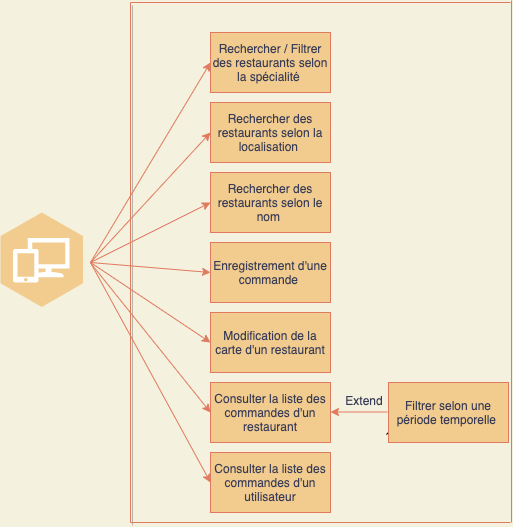
The draw.io diagram diagrammes/diagramme_utilisation_API.png in TheAIWizard/Ensaeats, before a commit. Source tidied: cells renumbered, new cells last; positions are measured from the earlier drawing's top-left corner, leaving out a move shared by most shapes.
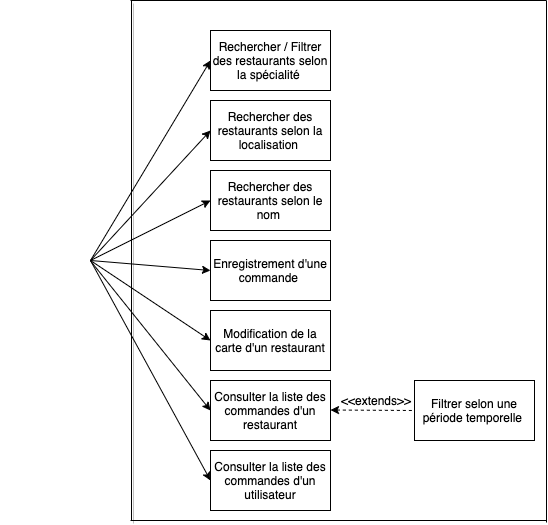
After the commit.

Change to the diagram source:
```diff
@@ -1,113 +1,107 @@
-<mxGraphModel background="#F4F1DE">
+<mxGraphModel background="#ffffff">
   <root>
     <mxCell id="0" />
     <mxCell id="1" parent="0" />
-    <mxCell id="2" style="endArrow=none;html=1;shadow=1;labelBackgroundColor=#F4F1DE;strokeColor=#E07A5F;fontColor=#393C56;" parent="1" edge="1">
+    <mxCell id="2" style="endArrow=none;html=1;shadow=1;strokeColor=#000000;" parent="1" edge="1">
       <mxGeometry relative="1" as="geometry">
-        <mxPoint x="130" y="522" as="sourcePoint" />
-        <mxPoint x="130" y="2" as="targetPoint" />
+        <mxPoint x="131" y="522" as="sourcePoint" />
+        <mxPoint x="131" y="2" as="targetPoint" />
       </mxGeometry>
     </mxCell>
-    <mxCell id="3" style="endArrow=classic;html=1;entryX=0;entryY=0.5;entryDx=0;entryDy=0;labelBackgroundColor=#F4F1DE;strokeColor=#E07A5F;fontColor=#393C56;" parent="1" edge="1" target="4">
+    <mxCell id="3" style="endArrow=classic;html=1;entryX=0;entryY=0.5;entryDx=0;entryDy=0;strokeColor=#000000;" parent="1" edge="1" target="4">
       <mxGeometry relative="1" as="geometry">
         <mxPoint x="90" y="262" as="sourcePoint" />
       </mxGeometry>
     </mxCell>
-    <mxCell id="4" value="Enregistrement d'une commande&amp;nbsp;" style="rounded=0;whiteSpace=wrap;html=1;fillColor=#F2CC8F;strokeColor=#E07A5F;fontColor=#393C56;" parent="1" vertex="1">
+    <mxCell id="4" value="Enregistrement d'une commande&amp;nbsp;" style="rounded=0;whiteSpace=wrap;html=1;" parent="1" vertex="1">
       <mxGeometry x="210" y="242" width="120" height="60" as="geometry" />
     </mxCell>
-    <mxCell id="5" value="Modification de la carte d'un restaurant&lt;br&gt;" style="rounded=0;whiteSpace=wrap;html=1;fillColor=#F2CC8F;strokeColor=#E07A5F;fontColor=#393C56;" parent="1" vertex="1">
+    <mxCell id="5" value="Modification de la carte d'un restaurant&lt;br&gt;" style="rounded=0;whiteSpace=wrap;html=1;" parent="1" vertex="1">
       <mxGeometry x="210" y="312" width="120" height="60" as="geometry" />
     </mxCell>
-    <mxCell id="6" style="endArrow=classic;html=1;entryX=0;entryY=0.5;entryDx=0;entryDy=0;labelBackgroundColor=#F4F1DE;strokeColor=#E07A5F;fontColor=#393C56;" parent="1" edge="1" target="5">
+    <mxCell id="6" style="endArrow=classic;html=1;entryX=0;entryY=0.5;entryDx=0;entryDy=0;strokeColor=#000000;" parent="1" edge="1" target="5">
       <mxGeometry relative="1" as="geometry">
         <mxPoint x="90" y="262" as="sourcePoint" />
       </mxGeometry>
     </mxCell>
-    <mxCell id="7" style="endArrow=classic;html=1;entryX=0;entryY=0.5;entryDx=0;entryDy=0;labelBackgroundColor=#F4F1DE;strokeColor=#E07A5F;fontColor=#393C56;" parent="1" edge="1" target="8">
+    <mxCell id="7" style="endArrow=classic;html=1;entryX=0;entryY=0.5;entryDx=0;entryDy=0;strokeColor=#000000;" parent="1" edge="1" target="8">
       <mxGeometry relative="1" as="geometry">
         <mxPoint x="90" y="262.4" as="sourcePoint" />
       </mxGeometry>
     </mxCell>
-    <mxCell id="8" value="Consulter la liste des commandes d'un restaurant" style="rounded=0;whiteSpace=wrap;html=1;fillColor=#F2CC8F;strokeColor=#E07A5F;fontColor=#393C56;" parent="1" vertex="1">
+    <mxCell id="8" value="Consulter la liste des commandes d'un restaurant" style="rounded=0;whiteSpace=wrap;html=1;" parent="1" vertex="1">
       <mxGeometry x="210" y="382" width="120" height="60" as="geometry" />
     </mxCell>
-    <mxCell id="9" style="endArrow=classic;html=1;entryX=0;entryY=0.5;entryDx=0;entryDy=0;labelBackgroundColor=#F4F1DE;strokeColor=#E07A5F;fontColor=#393C56;" parent="1" edge="1" target="10">
+    <mxCell id="9" style="endArrow=classic;html=1;entryX=0;entryY=0.5;entryDx=0;entryDy=0;strokeColor=#000000;" parent="1" edge="1" target="10">
       <mxGeometry relative="1" as="geometry">
         <mxPoint x="90" y="262" as="sourcePoint" />
       </mxGeometry>
     </mxCell>
-    <mxCell id="10" value="Rechercher des restaurants selon la localisation&amp;nbsp;" style="rounded=0;whiteSpace=wrap;html=1;fillColor=#F2CC8F;strokeColor=#E07A5F;fontColor=#393C56;" parent="1" vertex="1">
+    <mxCell id="10" value="Rechercher des restaurants selon la localisation&amp;nbsp;" style="rounded=0;whiteSpace=wrap;html=1;" parent="1" vertex="1">
       <mxGeometry x="210" y="102" width="120" height="60" as="geometry" />
     </mxCell>
-    <mxCell id="11" style="endArrow=classic;html=1;entryX=0;entryY=0.5;entryDx=0;entryDy=0;labelBackgroundColor=#F4F1DE;strokeColor=#E07A5F;fontColor=#393C56;" parent="1" edge="1" target="12">
+    <mxCell id="11" style="endArrow=classic;html=1;entryX=0;entryY=0.5;entryDx=0;entryDy=0;strokeColor=#000000;" parent="1" edge="1" target="12">
       <mxGeometry relative="1" as="geometry">
         <mxPoint x="90" y="262" as="sourcePoint" />
       </mxGeometry>
     </mxCell>
-    <mxCell id="12" value="Consulter la liste des commandes d'un utilisateur" style="rounded=0;whiteSpace=wrap;html=1;fillColor=#F2CC8F;strokeColor=#E07A5F;fontColor=#393C56;" parent="1" vertex="1">
+    <mxCell id="12" value="Consulter la liste des commandes d'un utilisateur" style="rounded=0;whiteSpace=wrap;html=1;" parent="1" vertex="1">
       <mxGeometry x="210" y="452" width="120" height="60" as="geometry" />
     </mxCell>
-    <mxCell id="13" style="endArrow=none;html=1;labelBackgroundColor=#F4F1DE;strokeColor=#E07A5F;fontColor=#393C56;" parent="1" edge="1">
+    <mxCell id="13" style="endArrow=none;html=1;strokeColor=#000000;" parent="1" edge="1">
       <mxGeometry relative="1" as="geometry">
         <mxPoint x="130" y="522" as="sourcePoint" />
-        <mxPoint x="510" y="522" as="targetPoint" />
+        <mxPoint x="546" y="522" as="targetPoint" />
         <Array as="points">
           <mxPoint x="130" y="522" />
         </Array>
       </mxGeometry>
     </mxCell>
-    <mxCell id="14" style="endArrow=none;html=1;labelBackgroundColor=#F4F1DE;strokeColor=#E07A5F;fontColor=#393C56;" parent="1" edge="1">
+    <mxCell id="14" style="endArrow=none;html=1;strokeColor=#000000;" parent="1" edge="1">
       <mxGeometry relative="1" as="geometry">
-        <mxPoint x="511" y="522" as="sourcePoint" />
-        <mxPoint x="511" as="targetPoint" />
+        <mxPoint x="546" y="524" as="sourcePoint" />
+        <mxPoint x="546" y="2" as="targetPoint" />
       </mxGeometry>
     </mxCell>
-    <mxCell id="15" style="endArrow=none;html=1;labelBackgroundColor=#F4F1DE;strokeColor=#E07A5F;fontColor=#393C56;" parent="1" edge="1">
+    <mxCell id="15" style="endArrow=none;html=1;strokeColor=#000000;" parent="1" edge="1">
       <mxGeometry relative="1" as="geometry">
         <mxPoint x="130" y="2" as="sourcePoint" />
-        <mxPoint x="510" y="2" as="targetPoint" />
+        <mxPoint x="546" y="2" as="targetPoint" />
         <Array as="points">
           <mxPoint x="130" y="2" />
         </Array>
       </mxGeometry>
     </mxCell>
-    <mxCell id="16" style="dashed=0;verticalLabelPosition=bottom;verticalAlign=top;align=center;html=1;shape=mxgraph.aws3.workspaces;fillColor=#F2CC8F;gradientDirection=north;strokeColor=#E07A5F;fontColor=#393C56;" parent="1" vertex="1">
+    <mxCell id="16" style="dashed=0;verticalLabelPosition=bottom;verticalAlign=top;align=center;html=1;shape=mxgraph.aws3.workspaces;gradientDirection=north;" parent="1" vertex="1">
       <mxGeometry y="212" width="82.5" height="94.5" as="geometry" />
     </mxCell>
-    <mxCell id="17" style="endArrow=classic;html=1;entryX=0;entryY=0.5;entryDx=0;entryDy=0;labelBackgroundColor=#F4F1DE;strokeColor=#E07A5F;fontColor=#393C56;" parent="1" edge="1" target="18">
+    <mxCell id="17" style="endArrow=classic;html=1;entryX=0;entryY=0.5;entryDx=0;entryDy=0;strokeColor=#000000;" parent="1" edge="1" target="18">
       <mxGeometry relative="1" as="geometry">
         <mxPoint x="90" y="262" as="sourcePoint" />
       </mxGeometry>
     </mxCell>
-    <mxCell id="18" value="Rechercher des restaurants selon le nom&amp;nbsp;" style="rounded=0;whiteSpace=wrap;html=1;fillColor=#F2CC8F;strokeColor=#E07A5F;fontColor=#393C56;" parent="1" vertex="1">
+    <mxCell id="18" value="Rechercher des restaurants selon le nom&amp;nbsp;" style="rounded=0;whiteSpace=wrap;html=1;" parent="1" vertex="1">
       <mxGeometry x="210" y="172" width="120" height="60" as="geometry" />
     </mxCell>
-    <mxCell id="19" value="Rechercher / Filtrer des restaurants selon la spécialité&amp;nbsp;" style="rounded=0;whiteSpace=wrap;html=1;fillColor=#F2CC8F;strokeColor=#E07A5F;fontColor=#393C56;" parent="1" vertex="1">
+    <mxCell id="19" value="Rechercher / Filtrer des restaurants selon la spécialité&amp;nbsp;" style="rounded=0;whiteSpace=wrap;html=1;" parent="1" vertex="1">
       <mxGeometry x="210" y="32" width="120" height="60" as="geometry" />
     </mxCell>
-    <mxCell id="20" style="endArrow=classic;html=1;entryX=0;entryY=0.5;entryDx=0;entryDy=0;labelBackgroundColor=#F4F1DE;strokeColor=#E07A5F;fontColor=#393C56;" parent="1" edge="1" target="19">
+    <mxCell id="20" style="endArrow=classic;html=1;entryX=0;entryY=0.5;entryDx=0;entryDy=0;strokeColor=#000000;" parent="1" edge="1" target="19">
       <mxGeometry relative="1" as="geometry">
         <mxPoint x="90" y="262" as="sourcePoint" />
       </mxGeometry>
     </mxCell>
-    <mxCell id="21" style="endArrow=classic;html=1;" parent="1" edge="1">
-      <mxGeometry relative="1" as="geometry">
-        <mxPoint x="386" y="434" as="sourcePoint" />
-        <mxPoint x="436" y="384" as="targetPoint" />
-      </mxGeometry>
-    </mxCell>
-    <mxCell id="22" style="endArrow=none;html=1;strokeColor=#E07A5F;startArrow=classic;startFill=1;endFill=0;" parent="1" edge="1">
+    <mxCell id="22" style="endArrow=none;html=1;startArrow=classic;startFill=1;endFill=0;dashed=1;strokeColor=#000000;" parent="1" edge="1">
       <mxGeometry relative="1" as="geometry">
         <mxPoint x="330" y="411.5" as="sourcePoint" />
-        <mxPoint x="387" y="411.5" as="targetPoint" />
+        <mxPoint x="413" y="412" as="targetPoint" />
       </mxGeometry>
     </mxCell>
-    <mxCell id="23" value="Filtrer selon une période temporelle&amp;nbsp;" style="rounded=0;whiteSpace=wrap;html=1;fillColor=#F2CC8F;strokeColor=#E07A5F;fontColor=#393C56;" parent="1" vertex="1">
-      <mxGeometry x="388" y="382" width="120" height="60" as="geometry" />
+    <mxCell id="23" value="Filtrer selon une période temporelle&amp;nbsp;" style="rounded=0;whiteSpace=wrap;html=1;" parent="1" vertex="1">
+      <mxGeometry x="414" y="382" width="120" height="60" as="geometry" />
     </mxCell>
-    <mxCell id="24" value="Extend" style="text;html=1;strokeColor=none;fillColor=none;align=center;verticalAlign=middle;whiteSpace=wrap;rounded=0;rotation=0;fontColor=#393C56;" parent="1" vertex="1">
-      <mxGeometry x="344" y="390" width="40" height="20" as="geometry" />
+    <mxCell id="24" value="&lt;font color=&quot;#000000&quot;&gt;&amp;lt;&amp;lt;extends&amp;gt;&amp;gt;&lt;/font&gt;" style="text;html=1;strokeColor=none;fillColor=none;align=center;verticalAlign=middle;whiteSpace=wrap;rounded=0;rotation=0;" parent="1" vertex="1">
+      <mxGeometry x="356" y="392" width="40" height="20" as="geometry" />
     </mxCell>
   </root>
 </mxGraphModel>
```
